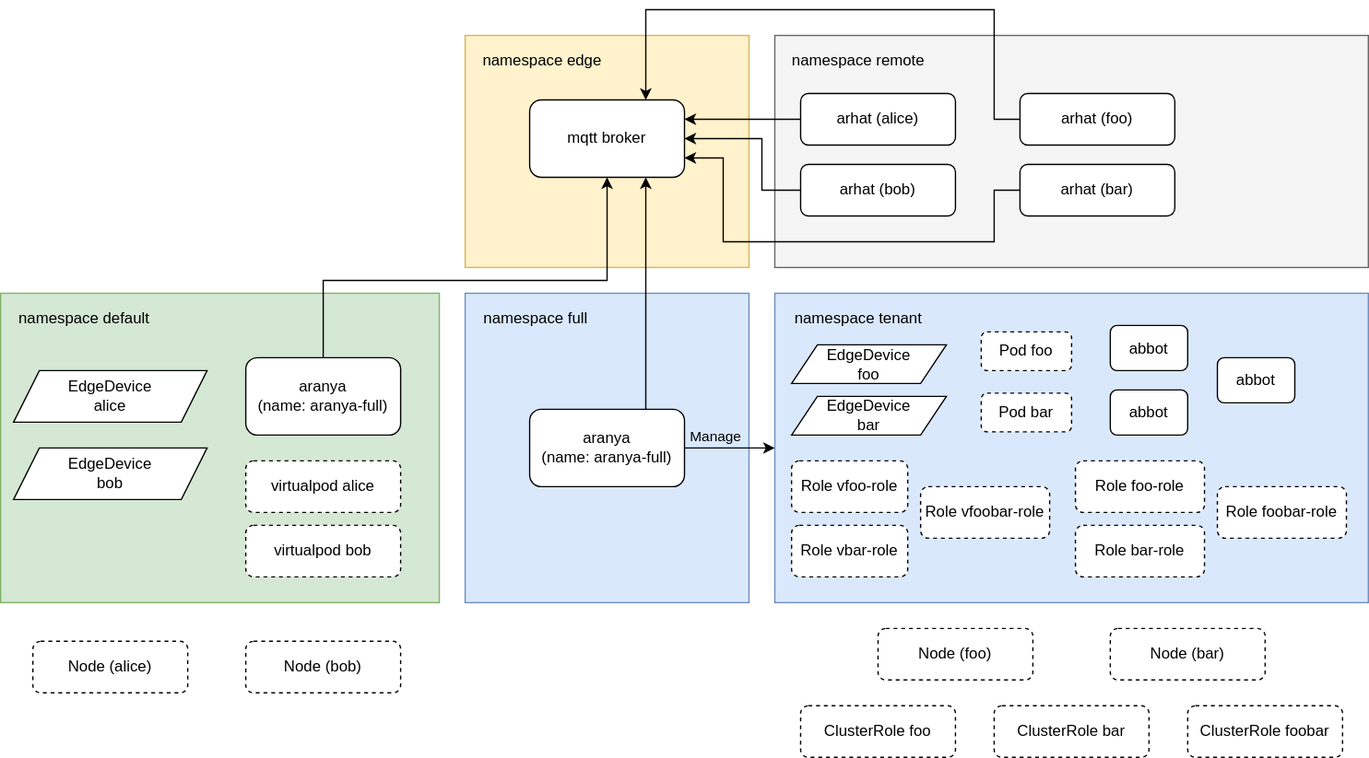
arhat-dev/aranya keeps this draw.io diagram as docs/images/e2e-setup.svg. Above is the earlier version. Source tidied: cells renumbered, new cells last; positions are measured from the earlier drawing's top-left corner, leaving out a move shared by most shapes.
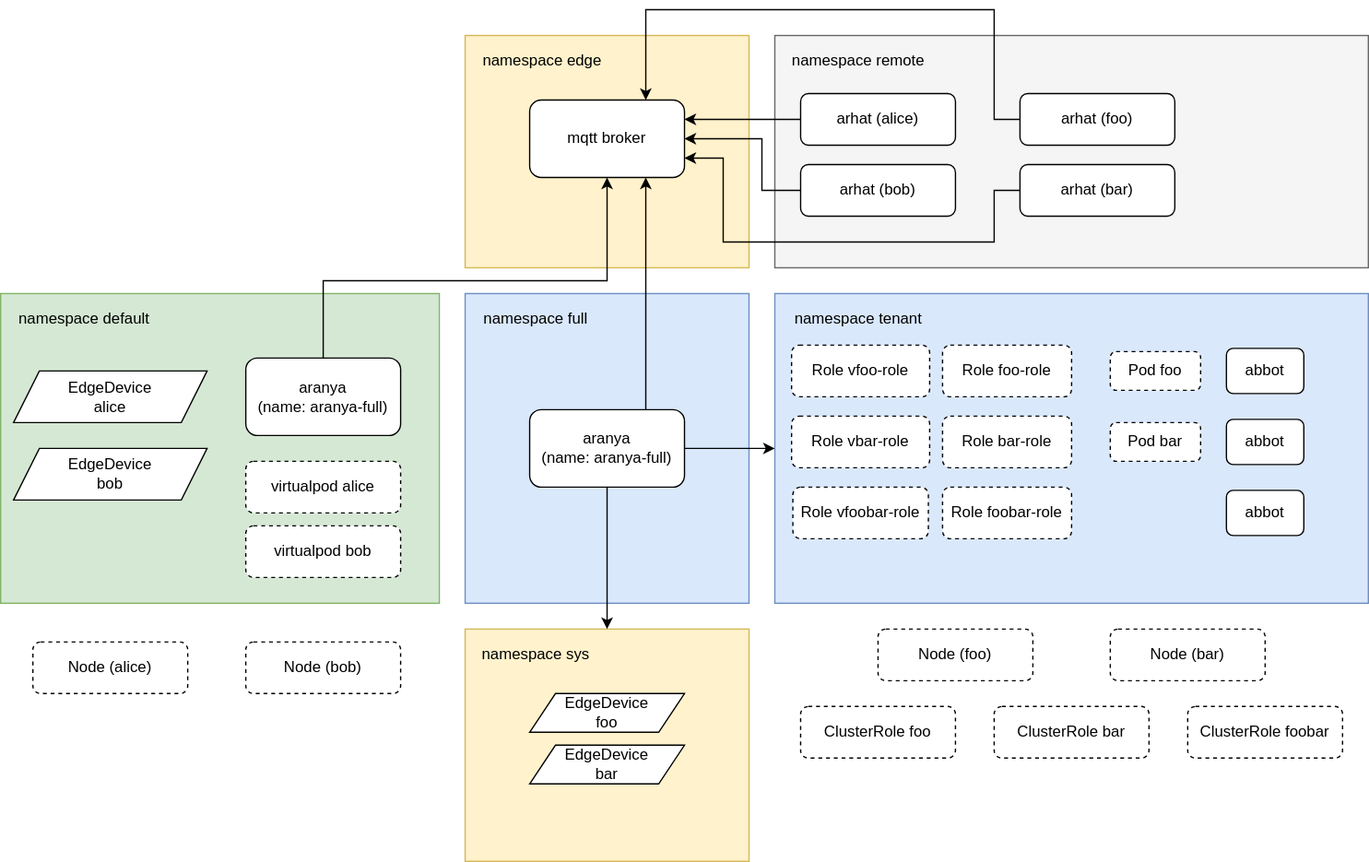
After the commit.

Commit message:
e2e: Update environment setup

Diff of the diagram source:
```diff
@@ -2,6 +2,9 @@
   <root>
     <mxCell id="0" />
     <mxCell id="1" parent="0" />
+    <mxCell id="51" style="rounded=0;whiteSpace=wrap;html=1;fillColor=#fff2cc;strokeColor=#d6b656;" parent="1" vertex="1">
+      <mxGeometry x="360" y="480" width="220" height="180" as="geometry" />
+    </mxCell>
     <mxCell id="2" style="rounded=0;whiteSpace=wrap;html=1;fillColor=#dae8fc;strokeColor=#6c8ebf;" parent="1" vertex="1">
       <mxGeometry x="600" y="220" width="460" height="240" as="geometry" />
     </mxCell>
@@ -42,14 +45,12 @@
         </Array>
       </mxGeometry>
     </mxCell>
-    <mxCell id="12" style="edgeStyle=orthogonalEdgeStyle;rounded=0;jettySize=auto;html=1;entryX=0;entryY=0.5;entryDx=0;entryDy=0;" parent="1" edge="1" source="14" target="2">
+    <mxCell id="12" style="edgeStyle=orthogonalEdgeStyle;rounded=0;jettySize=auto;html=1;entryX=0.5;entryY=0;entryDx=0;entryDy=0;exitX=0.5;exitY=1;exitDx=0;exitDy=0;" parent="1" edge="1" source="14" target="51">
       <mxGeometry relative="1" as="geometry" />
     </mxCell>
-    <mxCell id="13" value="Manage" style="edgeLabel;html=1;align=center;verticalAlign=middle;labelBackgroundColor=none;" parent="12" vertex="1">
-      <mxGeometry x="-0.76" y="-1" relative="1" as="geometry">
-        <mxPoint x="15.7" y="-11" as="offset" />
-      </mxGeometry>
-    </mxCell>
+    <mxCell id="52" style="edgeStyle=orthogonalEdgeStyle;rounded=0;jettySize=auto;html=1;entryX=0;entryY=0.5;entryDx=0;entryDy=0;" parent="1" edge="1" source="14" target="2">
+      <mxGeometry relative="1" as="geometry" />
+    </mxCell>
     <mxCell id="14" value="aranya&lt;br&gt;(name: aranya-full)" style="rounded=1;whiteSpace=wrap;html=1;" parent="1" vertex="1">
       <mxGeometry x="410" y="310" width="120" height="60" as="geometry" />
     </mxCell>
@@ -72,10 +73,10 @@
       <mxGeometry x="610" y="230" width="110" height="20" as="geometry" />
     </mxCell>
     <mxCell id="21" value="Pod foo" style="rounded=1;whiteSpace=wrap;html=1;dashed=1;" parent="1" vertex="1">
-      <mxGeometry x="760" y="250" width="70" height="30" as="geometry" />
+      <mxGeometry x="860" y="265" width="70" height="30" as="geometry" />
     </mxCell>
     <mxCell id="22" value="Pod bar" style="rounded=1;whiteSpace=wrap;html=1;dashed=1;" parent="1" vertex="1">
-      <mxGeometry x="760" y="297.5" width="70" height="30" as="geometry" />
+      <mxGeometry x="860" y="320" width="70" height="30" as="geometry" />
     </mxCell>
     <mxCell id="23" style="rounded=0;whiteSpace=wrap;html=1;fillColor=#f5f5f5;strokeColor=#666666;fontColor=#333333;" parent="1" vertex="1">
       <mxGeometry x="600" y="20" width="460" height="180" as="geometry" />
@@ -126,13 +127,13 @@
       <mxGeometry x="790" y="120" width="120" height="40" as="geometry" />
     </mxCell>
     <mxCell id="33" value="Role foo-role" style="rounded=1;whiteSpace=wrap;html=1;dashed=1;" parent="1" vertex="1">
-      <mxGeometry x="833" y="350" width="100" height="40" as="geometry" />
+      <mxGeometry x="730" y="260" width="100" height="40" as="geometry" />
     </mxCell>
     <mxCell id="34" value="Role bar-role" style="rounded=1;whiteSpace=wrap;html=1;dashed=1;" parent="1" vertex="1">
-      <mxGeometry x="833" y="400" width="100" height="40" as="geometry" />
+      <mxGeometry x="730" y="315" width="100" height="40" as="geometry" />
     </mxCell>
     <mxCell id="35" value="Role foobar-role" style="rounded=1;whiteSpace=wrap;html=1;dashed=1;" parent="1" vertex="1">
-      <mxGeometry x="943" y="370" width="100" height="40" as="geometry" />
+      <mxGeometry x="730" y="370" width="100" height="40" as="geometry" />
     </mxCell>
     <mxCell id="36" value="Node (alice)" style="rounded=1;whiteSpace=wrap;html=1;dashed=1;" parent="1" vertex="1">
       <mxGeometry x="25" y="490" width="120" height="40" as="geometry" />
@@ -156,28 +157,31 @@
       <mxGeometry x="920" y="540" width="120" height="40" as="geometry" />
     </mxCell>
     <mxCell id="43" value="EdgeDevice&lt;br&gt;foo" style="shape=parallelogram;perimeter=parallelogramPerimeter;whiteSpace=wrap;html=1;fixedSize=1;" parent="1" vertex="1">
-      <mxGeometry x="613" y="260" width="120" height="30" as="geometry" />
+      <mxGeometry x="410" y="530" width="120" height="30" as="geometry" />
     </mxCell>
     <mxCell id="44" value="EdgeDevice&lt;br&gt;bar" style="shape=parallelogram;perimeter=parallelogramPerimeter;whiteSpace=wrap;html=1;fixedSize=1;" parent="1" vertex="1">
-      <mxGeometry x="613" y="300" width="120" height="30" as="geometry" />
+      <mxGeometry x="410" y="570" width="120" height="30" as="geometry" />
     </mxCell>
     <mxCell id="45" value="Role vfoo-role" style="rounded=1;whiteSpace=wrap;html=1;dashed=1;" parent="1" vertex="1">
-      <mxGeometry x="613" y="350" width="90" height="40" as="geometry" />
+      <mxGeometry x="613" y="260" width="107" height="40" as="geometry" />
     </mxCell>
     <mxCell id="46" value="Role vbar-role" style="rounded=1;whiteSpace=wrap;html=1;dashed=1;" parent="1" vertex="1">
-      <mxGeometry x="613" y="400" width="90" height="40" as="geometry" />
+      <mxGeometry x="613" y="315" width="107" height="40" as="geometry" />
     </mxCell>
     <mxCell id="47" value="Role vfoobar-role" style="rounded=1;whiteSpace=wrap;html=1;dashed=1;" parent="1" vertex="1">
-      <mxGeometry x="713" y="370" width="100" height="40" as="geometry" />
+      <mxGeometry x="614" y="370" width="105" height="40" as="geometry" />
     </mxCell>
     <mxCell id="48" value="abbot" style="rounded=1;whiteSpace=wrap;html=1;" parent="1" vertex="1">
-      <mxGeometry x="860" y="245" width="60" height="35" as="geometry" />
+      <mxGeometry x="950" y="262.5" width="60" height="35" as="geometry" />
     </mxCell>
     <mxCell id="49" value="abbot" style="rounded=1;whiteSpace=wrap;html=1;" parent="1" vertex="1">
-      <mxGeometry x="943" y="270" width="60" height="35" as="geometry" />
+      <mxGeometry x="950" y="372.5" width="60" height="35" as="geometry" />
     </mxCell>
     <mxCell id="50" value="abbot" style="rounded=1;whiteSpace=wrap;html=1;" parent="1" vertex="1">
-      <mxGeometry x="860" y="295" width="60" height="35" as="geometry" />
+      <mxGeometry x="950" y="317.5" width="60" height="35" as="geometry" />
     </mxCell>
+    <mxCell id="53" value="namespace sys" style="text;html=1;strokeColor=none;fillColor=none;align=center;verticalAlign=middle;whiteSpace=wrap;rounded=0;" parent="1" vertex="1">
+      <mxGeometry x="370" y="490" width="90" height="20" as="geometry" />
+    </mxCell>
   </root>
 </mxGraphModel>
```
